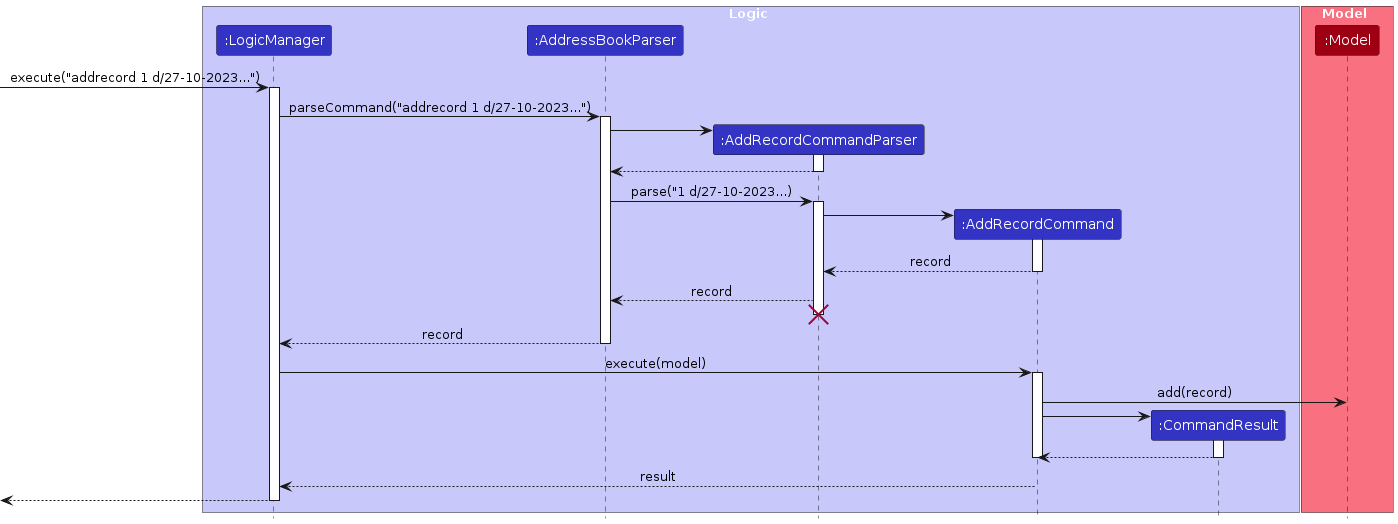
ryanongwx/tp keeps this PlantUML diagram as diagrams/AddRecordSequenceDiagram.png. Above is the earlier version. Its source is kept beside it as diagrams/AddRecordSequenceDiagram.puml.
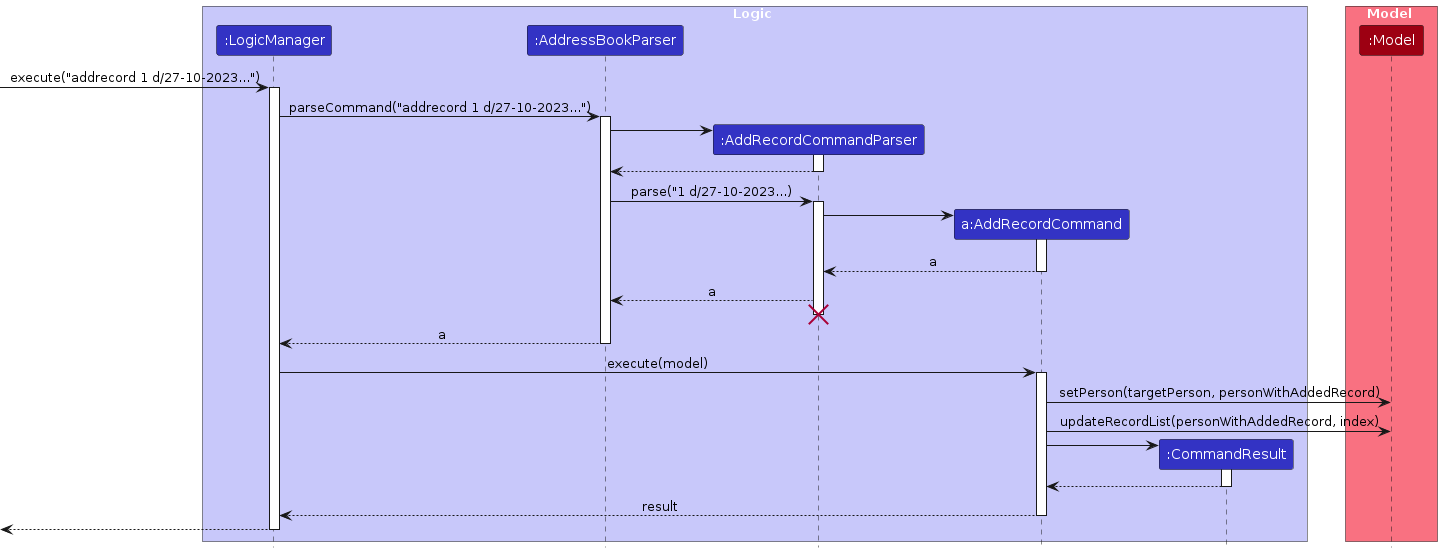
Later version of the same file.

Diff of the diagram source:
```diff
@@ -6,7 +6,7 @@
 participant ":LogicManager" as LogicManager LOGIC_COLOR
 participant ":AddressBookParser" as AddressBookParser LOGIC_COLOR
 participant ":AddRecordCommandParser" as AddRecordCommandParser LOGIC_COLOR
-participant ":AddRecordCommand" as AddRecordCommand LOGIC_COLOR
+participant "a:AddRecordCommand" as AddRecordCommand LOGIC_COLOR
 participant ":CommandResult" as CommandResult LOGIC_COLOR
 end box
 
@@ -34,21 +34,22 @@
 AddRecordCommandParser -> AddRecordCommand
 activate AddRecordCommand
 
-AddRecordCommand --> AddRecordCommandParser : record
+AddRecordCommand --> AddRecordCommandParser : a
 deactivate AddRecordCommand
 
-AddRecordCommandParser --> AddressBookParser : record
+AddRecordCommandParser --> AddressBookParser : a
 deactivate AddRecordCommand
 AddRecordCommandParser -[hidden]-> AddressBookParser
 destroy AddRecordCommandParser
 
-AddressBookParser --> LogicManager : record
+AddressBookParser --> LogicManager : a
 deactivate AddressBookParser
 
 LogicManager -> AddRecordCommand : execute(model)
 activate AddRecordCommand
 
-AddRecordCommand -> Model : add(record)
+AddRecordCommand -> Model : setPerson(targetPerson, personWithAddedRecord)
+AddRecordCommand -> Model : updateRecordList(personWithAddedRecord, index)
 
 create CommandResult
 AddRecordCommand -> CommandResult
@@ -57,9 +58,8 @@
 CommandResult --> AddRecordCommand
 deactivate CommandResult
 
+AddRecordCommand --> LogicManager : result
 deactivate AddRecordCommand
-
-AddRecordCommand --> LogicManager : result
 
 [<--LogicManager
 deactivate LogicManager
```
